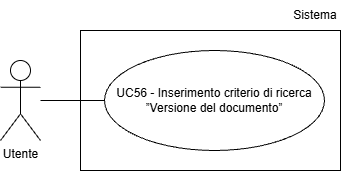
Before: assets/Use_Case_Diagrams/UC56.png, a diagram exported from draw.io (Team-Three-Technologies/Documenti). Source tidied: cells renumbered, new cells last; positions are measured from the earlier drawing's top-left corner, leaving out a move shared by most shapes. Its diagram source:
```xml
<mxGraphModel>
  <root>
    <mxCell id="0" />
    <mxCell id="1" parent="0" />
    <mxCell id="2" value="Utente" style="shape=umlActor;verticalLabelPosition=bottom;verticalAlign=top;html=1;" parent="1" vertex="1">
      <mxGeometry y="60" width="40" height="80" as="geometry" />
    </mxCell>
    <mxCell id="3" value="UC56 - Inserimento criterio di ricerca ”Versione del documento”" style="ellipse;whiteSpace=wrap;html=1;align=center;" parent="1" vertex="1">
      <mxGeometry x="104" y="50" width="220" height="100" as="geometry" />
    </mxCell>
    <mxCell id="4" style="endArrow=none;html=1;rounded=0;entryX=0;entryY=0.5;entryDx=0;entryDy=0;" parent="1" edge="1" target="3">
      <mxGeometry relative="1" as="geometry">
        <mxPoint x="40" y="100" as="sourcePoint" />
      </mxGeometry>
    </mxCell>
    <mxCell id="5" value="Sistema" style="text;html=1;whiteSpace=wrap;strokeColor=none;fillColor=none;align=center;verticalAlign=middle;rounded=0;" parent="1" vertex="1">
      <mxGeometry x="290" width="50" height="30" as="geometry" />
    </mxCell>
    <mxCell id="6" style="rounded=0;whiteSpace=wrap;html=1;fillColor=none;" parent="1" vertex="1">
      <mxGeometry x="80" y="30" width="260" height="140" as="geometry" />
    </mxCell>
  </root>
</mxGraphModel>
```
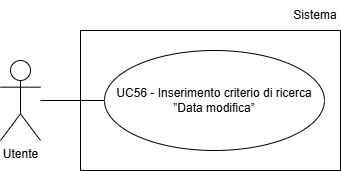
The same diagram one commit later.

The edit, as a diff of the source:
```diff
@@ -5,19 +5,19 @@
     <mxCell id="2" value="Utente" style="shape=umlActor;verticalLabelPosition=bottom;verticalAlign=top;html=1;" parent="1" vertex="1">
       <mxGeometry y="60" width="40" height="80" as="geometry" />
     </mxCell>
-    <mxCell id="3" value="UC56 - Inserimento criterio di ricerca ”Versione del documento”" style="ellipse;whiteSpace=wrap;html=1;align=center;" parent="1" vertex="1">
-      <mxGeometry x="104" y="50" width="220" height="100" as="geometry" />
-    </mxCell>
-    <mxCell id="4" style="endArrow=none;html=1;rounded=0;entryX=0;entryY=0.5;entryDx=0;entryDy=0;" parent="1" edge="1" target="3">
-      <mxGeometry relative="1" as="geometry">
-        <mxPoint x="40" y="100" as="sourcePoint" />
-      </mxGeometry>
-    </mxCell>
+    <mxCell id="7" value="UC56 - Inserimento criterio di ricerca ”Data modifica”" style="ellipse;whiteSpace=wrap;html=1;align=center;" parent="1" vertex="1">
+      <mxGeometry x="104" y="50" width="220" height="100" as="geometry" />
+    </mxCell>
+    <mxCell id="8" style="endArrow=none;html=1;rounded=0;entryX=0;entryY=0.5;entryDx=0;entryDy=0;" parent="1" edge="1" target="7">
+      <mxGeometry relative="1" as="geometry">
+        <mxPoint x="40" y="100" as="sourcePoint" />
+      </mxGeometry>
+    </mxCell>
+    <mxCell id="6" style="rounded=0;whiteSpace=wrap;html=1;fillColor=none;" parent="1" vertex="1">
+      <mxGeometry x="80" y="30" width="260" height="140" as="geometry" />
+    </mxCell>
     <mxCell id="5" value="Sistema" style="text;html=1;whiteSpace=wrap;strokeColor=none;fillColor=none;align=center;verticalAlign=middle;rounded=0;" parent="1" vertex="1">
       <mxGeometry x="290" width="50" height="30" as="geometry" />
     </mxCell>
-    <mxCell id="6" style="rounded=0;whiteSpace=wrap;html=1;fillColor=none;" parent="1" vertex="1">
-      <mxGeometry x="80" y="30" width="260" height="140" as="geometry" />
-    </mxCell>
   </root>
 </mxGraphModel>
```
